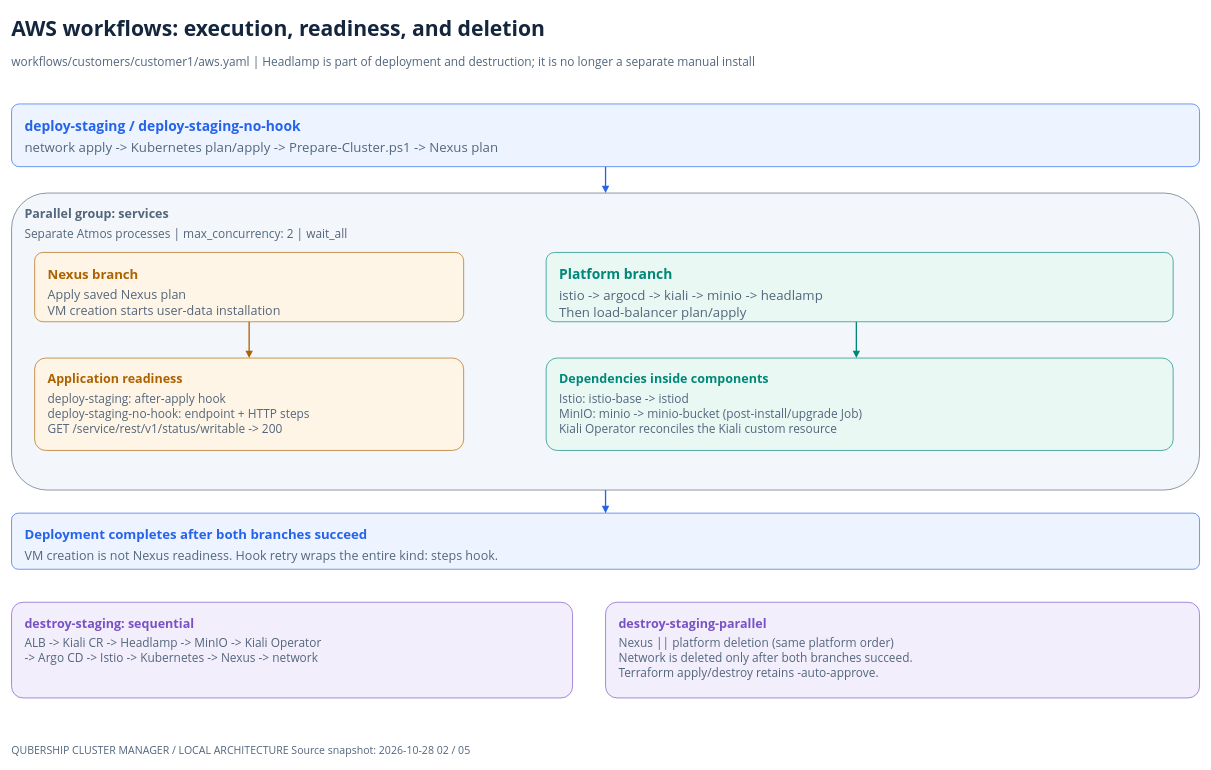
Before: page "02 - AWS workflows" (2 of 5) of docs/diagrams/atmos-local-demo.drawio in Netcracker/qubership-cluster-management, a draw.io diagram. Source tidied: cells renumbered, new cells numbered last; positions are measured from the earlier drawing's top-left corner, leaving out a move shared by most shapes. Both pictures are drawn from the tidied source at 66%, with x=0, y=0 at pixel (11, 11).
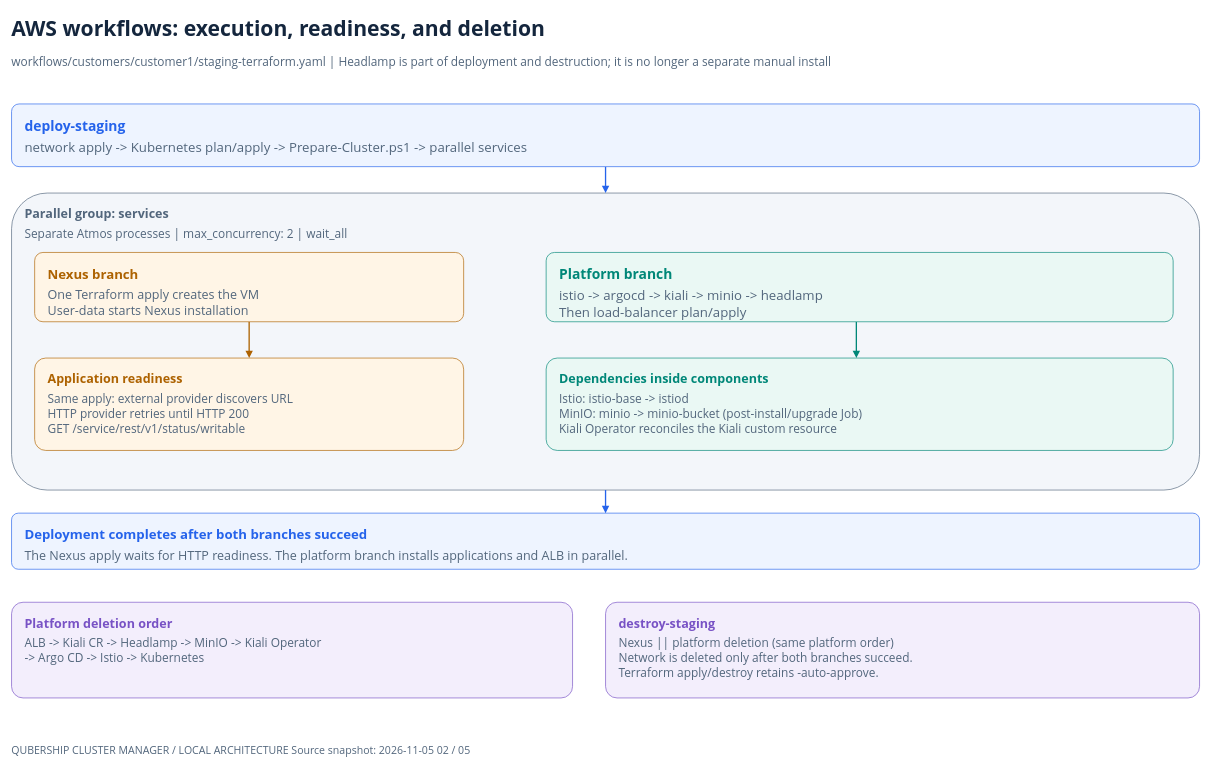
After the change.

Diff of the diagram source:
```diff
@@
 <mxGraphModel background="#FFFFFF">
   <root>
     <mxCell id="0" />
     <mxCell id="1" parent="0" />
     <mxCell id="2" value="&lt;div style=&quot;font-family:Segoe UI;line-height:1.28&quot;&gt;&lt;b&gt;Parallel group: services&lt;/b&gt;&lt;div style=&quot;font-size:18px;color:#52667C;margin-top:6px&quot;&gt;Separate Atmos processes | max_concurrency: 2 | wait_all&lt;/div&gt;&lt;/div&gt;" style="rounded=1;arcSize=12;whiteSpace=wrap;html=1;align=left;verticalAlign=top;spacingLeft=18;spacingTop=13;fontFamily=Segoe UI;fontSize=19;fontColor=#52667C;fillColor=#F3F6FA;strokeColor=#52667C;strokeWidth=1;" parent="1" vertex="1">
       <mxGeometry y="275" width="1800" height="450" as="geometry" />
     </mxCell>
     <mxCell id="3" style="edgeStyle=none;rounded=0;html=1;endArrow=block;endFill=1;strokeColor=#AD6200;strokeWidth=2;fontFamily=Segoe UI;fontSize=15;fontColor=#AD6200;labelBackgroundColor=#FFFFFF;exitX=0.5;exitY=1.0;exitPerimeter=0;entryX=0.5;entryY=0.0;entryPerimeter=0;" parent="1" edge="1" source="10" target="11">
       <mxGeometry relative="1" as="geometry" />
     </mxCell>
     <mxCell id="4" style="edgeStyle=none;rounded=0;html=1;endArrow=block;endFill=1;strokeColor=#008778;strokeWidth=2;fontFamily=Segoe UI;fontSize=15;fontColor=#008778;labelBackgroundColor=#FFFFFF;exitX=0.49473684210526314;exitY=1.0;exitPerimeter=0;entryX=0.49473684210526314;entryY=0.0;entryPerimeter=0;" parent="1" edge="1" source="12" target="13">
       <mxGeometry relative="1" as="geometry" />
     </mxCell>
     <mxCell id="5" style="edgeStyle=none;rounded=0;html=1;endArrow=block;endFill=1;strokeColor=#2563EB;strokeWidth=2;fontFamily=Segoe UI;fontSize=15;fontColor=#2563EB;labelBackgroundColor=#FFFFFF;exitX=0.5;exitY=1.0;exitPerimeter=0;entryX=0.5;entryY=0.0;entryPerimeter=0;" parent="1" edge="1" source="9" target="2">
       <mxGeometry relative="1" as="geometry" />
     </mxCell>
     <mxCell id="6" style="edgeStyle=none;rounded=0;html=1;endArrow=block;endFill=1;strokeColor=#2563EB;strokeWidth=2;fontFamily=Segoe UI;fontSize=15;fontColor=#2563EB;labelBackgroundColor=#FFFFFF;exitX=0.5;exitY=1.0;exitPerimeter=0;entryX=0.5;entryY=0.0;entryPerimeter=0;" parent="1" edge="1" source="2" target="14">
       <mxGeometry relative="1" as="geometry" />
     </mxCell>
     <mxCell id="7" value="&lt;div style=&quot;font-family:Segoe UI;line-height:1.28&quot;&gt;&lt;b&gt;AWS workflows: execution, readiness, and deletion&lt;/b&gt;&lt;/div&gt;" style="text;html=1;whiteSpace=wrap;align=left;verticalAlign=top;spacing=0;strokeColor=none;fillColor=none;fontSize=32;fontColor=#14263D;" parent="1" vertex="1">
       <mxGeometry width="1800" height="55" as="geometry" />
     </mxCell>
-    <mxCell id="8" value="&lt;div style=&quot;font-family:Segoe UI;line-height:1.28&quot;&gt;workflows/customers/customer1/aws.yaml | Headlamp is part of deployment and destruction; it is no longer a separate manual install&lt;/div&gt;" style="text;html=1;whiteSpace=wrap;align=left;verticalAlign=top;spacing=0;strokeColor=none;fillColor=none;fontSize=18;fontColor=#52667C;" parent="1" vertex="1">
+    <mxCell id="8" value="&lt;div style=&quot;font-family:Segoe UI;line-height:1.28&quot;&gt;workflows/customers/customer1/staging-terraform.yaml | Headlamp is part of deployment and destruction; it is no longer a separate manual install&lt;/div&gt;" style="text;html=1;whiteSpace=wrap;align=left;verticalAlign=top;spacing=0;strokeColor=none;fillColor=none;fontSize=18;fontColor=#52667C;" parent="1" vertex="1">
       <mxGeometry y="60" width="1800" height="38" as="geometry" />
     </mxCell>
-    <mxCell id="9" value="&lt;div style=&quot;font-family:Segoe UI;line-height:1.28&quot;&gt;&lt;b&gt;deploy-staging / deploy-staging-no-hook&lt;/b&gt;&lt;div style=&quot;font-size:20px;color:#52667C;margin-top:6px&quot;&gt;network apply -&amp;gt; Kubernetes plan/apply -&amp;gt; Prepare-Cluster.ps1 -&amp;gt; Nexus plan&lt;/div&gt;&lt;/div&gt;" style="rounded=1;arcSize=12;whiteSpace=wrap;html=1;align=left;verticalAlign=top;spacingLeft=18;spacingTop=13;fontFamily=Segoe UI;fontSize=21;fontColor=#2563EB;fillColor=#EEF4FF;strokeColor=#2563EB;strokeWidth=1;" parent="1" vertex="1">
+    <mxCell id="9" value="&lt;div style=&quot;font-family:Segoe UI;line-height:1.28&quot;&gt;&lt;b&gt;deploy-staging&lt;/b&gt;&lt;div style=&quot;font-size:20px;color:#52667C;margin-top:6px&quot;&gt;network apply -&amp;gt; Kubernetes plan/apply -&amp;gt; Prepare-Cluster.ps1 -&amp;gt; parallel services&lt;/div&gt;&lt;/div&gt;" style="rounded=1;arcSize=12;whiteSpace=wrap;html=1;align=left;verticalAlign=top;spacingLeft=18;spacingTop=13;fontFamily=Segoe UI;fontSize=21;fontColor=#2563EB;fillColor=#EEF4FF;strokeColor=#2563EB;strokeWidth=1;" parent="1" vertex="1">
       <mxGeometry y="140" width="1800" height="95" as="geometry" />
     </mxCell>
-    <mxCell id="10" value="&lt;div style=&quot;font-family:Segoe UI;line-height:1.28&quot;&gt;&lt;b&gt;Nexus branch&lt;/b&gt;&lt;div style=&quot;font-size:19px;color:#52667C;margin-top:6px&quot;&gt;Apply saved Nexus plan&lt;br&gt;VM creation starts user-data installation&lt;/div&gt;&lt;/div&gt;" style="rounded=1;arcSize=12;whiteSpace=wrap;html=1;align=left;verticalAlign=top;spacingLeft=18;spacingTop=13;fontFamily=Segoe UI;fontSize=20;fontColor=#AD6200;fillColor=#FFF5E6;strokeColor=#AD6200;strokeWidth=1;" parent="1" vertex="1">
+    <mxCell id="10" value="&lt;div style=&quot;font-family:Segoe UI;line-height:1.28&quot;&gt;&lt;b&gt;Nexus branch&lt;/b&gt;&lt;div style=&quot;font-size:19px;color:#52667C;margin-top:6px&quot;&gt;One Terraform apply creates the VM&lt;br&gt;User-data starts Nexus installation&lt;/div&gt;&lt;/div&gt;" style="rounded=1;arcSize=12;whiteSpace=wrap;html=1;align=left;verticalAlign=top;spacingLeft=18;spacingTop=13;fontFamily=Segoe UI;fontSize=20;fontColor=#AD6200;fillColor=#FFF5E6;strokeColor=#AD6200;strokeWidth=1;" parent="1" vertex="1">
       <mxGeometry x="35" y="365" width="650" height="105" as="geometry" />
     </mxCell>
-    <mxCell id="11" value="&lt;div style=&quot;font-family:Segoe UI;line-height:1.28&quot;&gt;&lt;b&gt;Application readiness&lt;/b&gt;&lt;div style=&quot;font-size:18px;color:#52667C;margin-top:6px&quot;&gt;deploy-staging: after-apply hook&lt;br&gt;deploy-staging-no-hook: endpoint + HTTP steps&lt;br&gt;GET /service/rest/v1/status/writable -&amp;gt; 200&lt;/div&gt;&lt;/div&gt;" style="rounded=1;arcSize=12;whiteSpace=wrap;html=1;align=left;verticalAlign=top;spacingLeft=18;spacingTop=13;fontFamily=Segoe UI;fontSize=19;fontColor=#AD6200;fillColor=#FFF5E6;strokeColor=#AD6200;strokeWidth=1;" parent="1" vertex="1">
+    <mxCell id="11" value="&lt;div style=&quot;font-family:Segoe UI;line-height:1.28&quot;&gt;&lt;b&gt;Application readiness&lt;/b&gt;&lt;div style=&quot;font-size:18px;color:#52667C;margin-top:6px&quot;&gt;Same apply: external provider discovers URL&lt;br&gt;HTTP provider retries until HTTP 200&lt;br&gt;GET /service/rest/v1/status/writable&lt;/div&gt;&lt;/div&gt;" style="rounded=1;arcSize=12;whiteSpace=wrap;html=1;align=left;verticalAlign=top;spacingLeft=18;spacingTop=13;fontFamily=Segoe UI;fontSize=19;fontColor=#AD6200;fillColor=#FFF5E6;strokeColor=#AD6200;strokeWidth=1;" parent="1" vertex="1">
       <mxGeometry x="35" y="525" width="650" height="140" as="geometry" />
     </mxCell>
     <mxCell id="12" value="&lt;div style=&quot;font-family:Segoe UI;line-height:1.28&quot;&gt;&lt;b&gt;Platform branch&lt;/b&gt;&lt;div style=&quot;font-size:20px;color:#52667C;margin-top:6px&quot;&gt;istio -&amp;gt; argocd -&amp;gt; kiali -&amp;gt; minio -&amp;gt; headlamp&lt;br&gt;Then load-balancer plan/apply&lt;/div&gt;&lt;/div&gt;" style="rounded=1;arcSize=12;whiteSpace=wrap;html=1;align=left;verticalAlign=top;spacingLeft=18;spacingTop=13;fontFamily=Segoe UI;fontSize=21;fontColor=#008778;fillColor=#EAF8F4;strokeColor=#008778;strokeWidth=1;" parent="1" vertex="1">
       <mxGeometry x="810" y="365" width="950" height="105" as="geometry" />
     </mxCell>
     <mxCell id="13" value="&lt;div style=&quot;font-family:Segoe UI;line-height:1.28&quot;&gt;&lt;b&gt;Dependencies inside components&lt;/b&gt;&lt;div style=&quot;font-size:18px;color:#52667C;margin-top:6px&quot;&gt;Istio: istio-base -&amp;gt; istiod&lt;br&gt;MinIO: minio -&amp;gt; minio-bucket (post-install/upgrade Job)&lt;br&gt;Kiali Operator reconciles the Kiali custom resource&lt;/div&gt;&lt;/div&gt;" style="rounded=1;arcSize=12;whiteSpace=wrap;html=1;align=left;verticalAlign=top;spacingLeft=18;spacingTop=13;fontFamily=Segoe UI;fontSize=19;fontColor=#008778;fillColor=#EAF8F4;strokeColor=#008778;strokeWidth=1;" parent="1" vertex="1">
       <mxGeometry x="810" y="525" width="950" height="140" as="geometry" />
     </mxCell>
-    <mxCell id="14" value="&lt;div style=&quot;font-family:Segoe UI;line-height:1.28&quot;&gt;&lt;b&gt;Deployment completes after both branches succeed&lt;/b&gt;&lt;div style=&quot;font-size:19px;color:#52667C;margin-top:6px&quot;&gt;VM creation is not Nexus readiness. Hook retry wraps the entire kind: steps hook.&lt;/div&gt;&lt;/div&gt;" style="rounded=1;arcSize=12;whiteSpace=wrap;html=1;align=left;verticalAlign=top;spacingLeft=18;spacingTop=13;fontFamily=Segoe UI;fontSize=20;fontColor=#2563EB;fillColor=#EEF4FF;strokeColor=#2563EB;strokeWidth=1;" parent="1" vertex="1">
+    <mxCell id="14" value="&lt;div style=&quot;font-family:Segoe UI;line-height:1.28&quot;&gt;&lt;b&gt;Deployment completes after both branches succeed&lt;/b&gt;&lt;div style=&quot;font-size:19px;color:#52667C;margin-top:6px&quot;&gt;The Nexus apply waits for HTTP readiness. The platform branch installs applications and ALB in parallel.&lt;/div&gt;&lt;/div&gt;" style="rounded=1;arcSize=12;whiteSpace=wrap;html=1;align=left;verticalAlign=top;spacingLeft=18;spacingTop=13;fontFamily=Segoe UI;fontSize=20;fontColor=#2563EB;fillColor=#EEF4FF;strokeColor=#2563EB;strokeWidth=1;" parent="1" vertex="1">
       <mxGeometry y="760" width="1800" height="85" as="geometry" />
     </mxCell>
-    <mxCell id="15" value="&lt;div style=&quot;font-family:Segoe UI;line-height:1.28&quot;&gt;&lt;b&gt;destroy-staging: sequential&lt;/b&gt;&lt;div style=&quot;font-size:18px;color:#52667C;margin-top:6px&quot;&gt;ALB -&amp;gt; Kiali CR -&amp;gt; Headlamp -&amp;gt; MinIO -&amp;gt; Kiali Operator&lt;br&gt;-&amp;gt; Argo CD -&amp;gt; Istio -&amp;gt; Kubernetes -&amp;gt; Nexus -&amp;gt; network&lt;/div&gt;&lt;/div&gt;" style="rounded=1;arcSize=12;whiteSpace=wrap;html=1;align=left;verticalAlign=top;spacingLeft=18;spacingTop=13;fontFamily=Segoe UI;fontSize=19;fontColor=#7852C5;fillColor=#F3EEFC;strokeColor=#7852C5;strokeWidth=1;" parent="1" vertex="1">
+    <mxCell id="15" value="&lt;div style=&quot;font-family:Segoe UI;line-height:1.28&quot;&gt;&lt;b&gt;Platform deletion order&lt;/b&gt;&lt;div style=&quot;font-size:18px;color:#52667C;margin-top:6px&quot;&gt;ALB -&amp;gt; Kiali CR -&amp;gt; Headlamp -&amp;gt; MinIO -&amp;gt; Kiali Operator&lt;br&gt;-&amp;gt; Argo CD -&amp;gt; Istio -&amp;gt; Kubernetes&lt;/div&gt;&lt;/div&gt;" style="rounded=1;arcSize=12;whiteSpace=wrap;html=1;align=left;verticalAlign=top;spacingLeft=18;spacingTop=13;fontFamily=Segoe UI;fontSize=19;fontColor=#7852C5;fillColor=#F3EEFC;strokeColor=#7852C5;strokeWidth=1;" parent="1" vertex="1">
       <mxGeometry y="895" width="850" height="145" as="geometry" />
     </mxCell>
-    <mxCell id="16" value="&lt;div style=&quot;font-family:Segoe UI;line-height:1.28&quot;&gt;&lt;b&gt;destroy-staging-parallel&lt;/b&gt;&lt;div style=&quot;font-size:18px;color:#52667C;margin-top:6px&quot;&gt;Nexus || platform deletion (same platform order)&lt;br&gt;Network is deleted only after both branches succeed.&lt;br&gt;Terraform apply/destroy retains -auto-approve.&lt;/div&gt;&lt;/div&gt;" style="rounded=1;arcSize=12;whiteSpace=wrap;html=1;align=left;verticalAlign=top;spacingLeft=18;spacingTop=13;fontFamily=Segoe UI;fontSize=19;fontColor=#7852C5;fillColor=#F3EEFC;strokeColor=#7852C5;strokeWidth=1;" parent="1" vertex="1">
+    <mxCell id="16" value="&lt;div style=&quot;font-family:Segoe UI;line-height:1.28&quot;&gt;&lt;b&gt;destroy-staging&lt;/b&gt;&lt;div style=&quot;font-size:18px;color:#52667C;margin-top:6px&quot;&gt;Nexus || platform deletion (same platform order)&lt;br&gt;Network is deleted only after both branches succeed.&lt;br&gt;Terraform apply/destroy retains -auto-approve.&lt;/div&gt;&lt;/div&gt;" style="rounded=1;arcSize=12;whiteSpace=wrap;html=1;align=left;verticalAlign=top;spacingLeft=18;spacingTop=13;fontFamily=Segoe UI;fontSize=19;fontColor=#7852C5;fillColor=#F3EEFC;strokeColor=#7852C5;strokeWidth=1;" parent="1" vertex="1">
       <mxGeometry x="900" y="895" width="900" height="145" as="geometry" />
     </mxCell>
-    <mxCell id="17" value="&lt;div style=&quot;font-family:Segoe UI;line-height:1.28&quot;&gt;QUBERSHIP CLUSTER MANAGER  /  LOCAL ARCHITECTURE                        Source snapshot: 2026-10-28                        02 / 05&lt;/div&gt;" style="text;html=1;whiteSpace=wrap;align=left;verticalAlign=top;spacing=0;strokeColor=none;fillColor=none;fontSize=16;fontColor=#52667C;" parent="1" vertex="1">
+    <mxCell id="17" value="&lt;div style=&quot;font-family:Segoe UI;line-height:1.28&quot;&gt;QUBERSHIP CLUSTER MANAGER  /  LOCAL ARCHITECTURE                        Source snapshot: 2026-11-05                        02 / 05&lt;/div&gt;" style="text;html=1;whiteSpace=wrap;align=left;verticalAlign=top;spacing=0;strokeColor=none;fillColor=none;fontSize=16;fontColor=#52667C;" parent="1" vertex="1">
       <mxGeometry y="1105" width="1800" height="28" as="geometry" />
     </mxCell>
   </root>
 </mxGraphModel>
```
